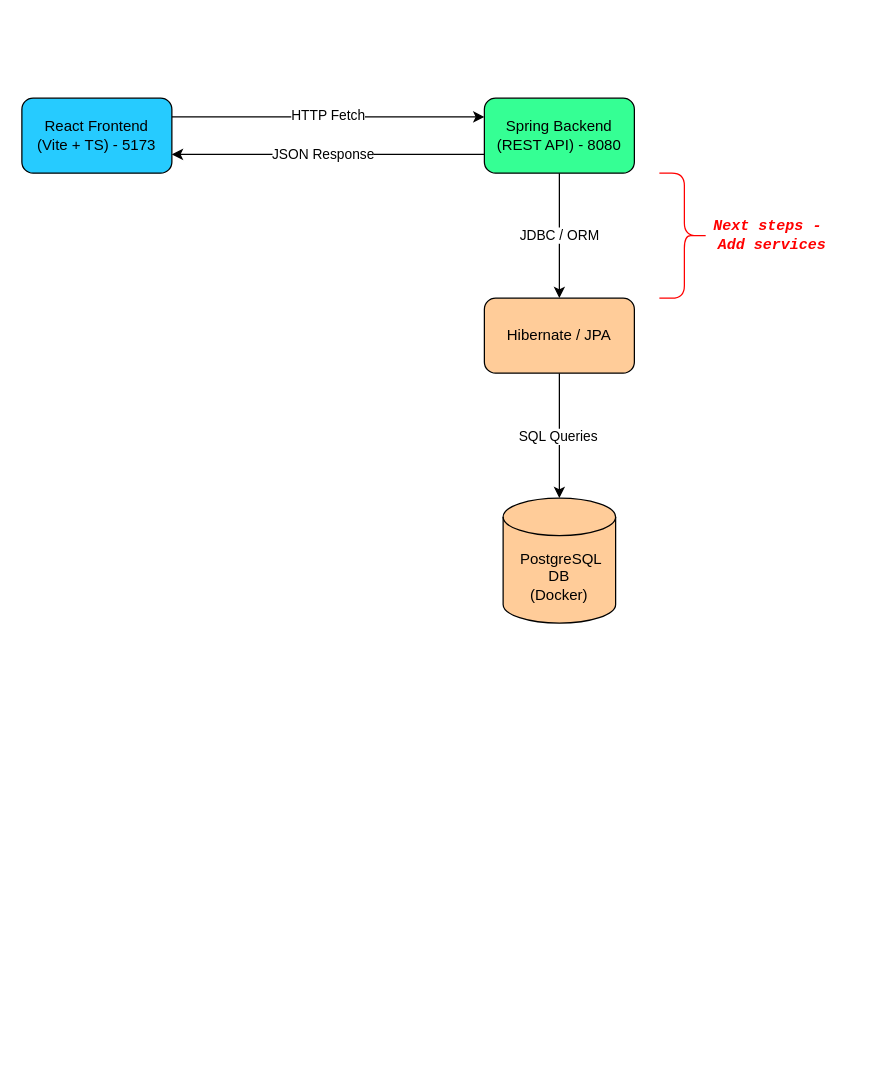
Earlier version of the draw.io diagram docs/architecture/architecture.drawio (ColtonRandall/banking-app). Source tidied: cells renumbered, new cells numbered last; positions are measured from the earlier drawing's top-left corner, leaving out a move shared by most shapes. Both pictures are drawn from the tidied source at 125%, with x=0, y=0 at pixel (21, 98).
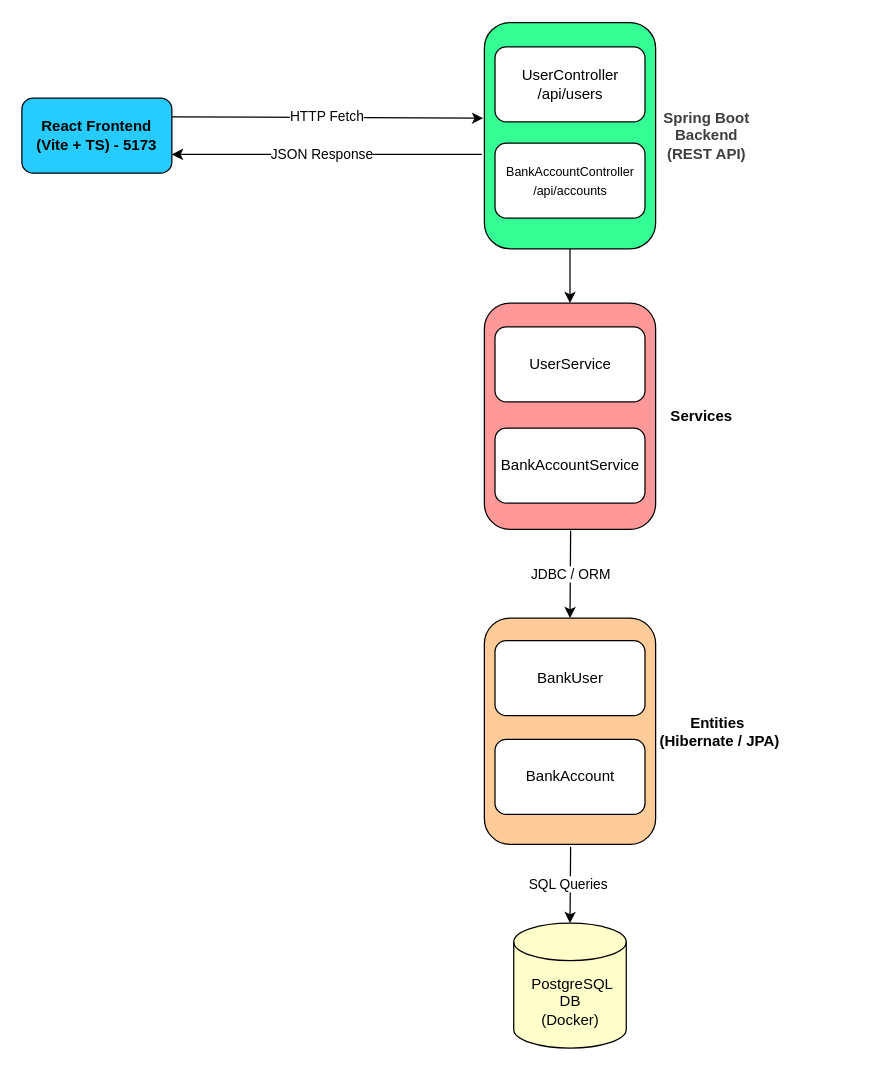
The same diagram, later.

Commit message (it also covers changes not shown here):
update architecture diagram and README

What changed in the source:
```diff
@@
-    <mxCell id="2" style="edgeStyle=none;html=1;exitX=1;exitY=0.25;exitDx=0;exitDy=0;entryX=0;entryY=0.25;entryDx=0;entryDy=0;" parent="1" edge="1" source="4" target="8">
+    <mxCell id="2" style="edgeStyle=none;html=1;exitX=1;exitY=0.25;exitDx=0;exitDy=0;entryX=-0.007;entryY=0.423;entryDx=0;entryDy=0;entryPerimeter=0;" parent="1" edge="1" source="4" target="8">
       <mxGeometry relative="1" as="geometry" />
     </mxCell>
@@
-    <mxCell id="4" value="React Frontend&lt;div&gt;(Vite + TS) - 5173&lt;/div&gt;" style="rounded=1;whiteSpace=wrap;html=1;fillColor=#26CBFF;" parent="1" vertex="1">
+    <mxCell id="4" value="React Frontend&lt;div&gt;(Vite + TS) - 5173&lt;/div&gt;" style="rounded=1;whiteSpace=wrap;html=1;fillColor=#26CBFF;fontStyle=1;" parent="1" vertex="1">
       <mxGeometry width="120" height="60" as="geometry" />
     </mxCell>
-    <mxCell id="5" style="edgeStyle=none;html=1;exitX=0;exitY=0.75;exitDx=0;exitDy=0;entryX=1;entryY=0.75;entryDx=0;entryDy=0;" parent="1" edge="1" source="8" target="4">
-      <mxGeometry relative="1" as="geometry" />
+    <mxCell id="5" style="edgeStyle=none;html=1;entryX=1;entryY=0.75;entryDx=0;entryDy=0;" parent="1" edge="1" target="4">
+      <mxGeometry relative="1" as="geometry">
+        <mxPoint x="368" y="45" as="sourcePoint" />
+      </mxGeometry>
     </mxCell>
@@
-    <mxCell id="7" value="JDBC / ORM" style="edgeStyle=none;html=1;exitX=0.5;exitY=1;exitDx=0;exitDy=0;entryX=0.5;entryY=0;entryDx=0;entryDy=0;" parent="1" edge="1" source="8" target="14">
-      <mxGeometry relative="1" as="geometry" />
+    <mxCell id="7" value="JDBC / ORM" style="edgeStyle=none;html=1;entryX=0.5;entryY=0;entryDx=0;entryDy=0;" parent="1" edge="1" target="24">
+      <mxGeometry x="0.01" relative="1" as="geometry">
+        <mxPoint x="439" y="346" as="sourcePoint" />
+      </mxGeometry>
     </mxCell>
+    <mxCell id="15" style="edgeStyle=none;html=1;exitX=0.5;exitY=1;exitDx=0;exitDy=0;entryX=0.5;entryY=0;entryDx=0;entryDy=0;" parent="1" edge="1" source="8" target="19">
+      <mxGeometry relative="1" as="geometry" />
+    </mxCell>
-    <mxCell id="8" value="Spring Backend&lt;div&gt;(REST API) - 8080&lt;/div&gt;" style="rounded=1;whiteSpace=wrap;html=1;fillColor=#35FF94;" parent="1" vertex="1">
-      <mxGeometry x="370" width="120" height="60" as="geometry" />
+    <mxCell id="8" style="rounded=1;whiteSpace=wrap;html=1;fillColor=#35FF94;" parent="1" vertex="1">
+      <mxGeometry x="370" y="-60.5" width="137" height="181" as="geometry" />
     </mxCell>
-    <mxCell id="9" value="&amp;nbsp;PostgreSQL &lt;br&gt;DB&lt;br&gt;(Docker)" style="shape=cylinder3;whiteSpace=wrap;html=1;boundedLbl=1;backgroundOutline=1;size=15;fillColor=#FFCC99;" parent="1" vertex="1">
-      <mxGeometry x="385" y="320" width="90" height="100" as="geometry" />
+    <mxCell id="9" value="&amp;nbsp;PostgreSQL &lt;br&gt;DB&lt;br&gt;(Docker)" style="shape=cylinder3;whiteSpace=wrap;html=1;boundedLbl=1;backgroundOutline=1;size=15;fillColor=#FFFFCC;" parent="1" vertex="1">
+      <mxGeometry x="393.5" y="660" width="90" height="100" as="geometry" />
     </mxCell>
-    <mxCell id="10" style="shape=curlyBracket;whiteSpace=wrap;html=1;rounded=1;flipH=1;labelPosition=right;verticalLabelPosition=middle;align=left;verticalAlign=middle;strokeColor=#FF0000;" parent="1" vertex="1">
-      <mxGeometry x="510" y="60" width="40" height="100" as="geometry" />
-    </mxCell>
-    <mxCell id="11" value="&lt;pre&gt;&lt;b&gt;&lt;i&gt;&lt;font color=&quot;#ff0000&quot;&gt;Next steps - &lt;br/&gt;Add services&lt;/font&gt;&lt;/i&gt;&lt;/b&gt;&lt;/pre&gt;" style="text;html=1;align=center;verticalAlign=middle;strokeColor=none;fillColor=none;" parent="1" vertex="1">
-      <mxGeometry x="540" y="75" width="120" height="70" as="geometry" />
-    </mxCell>
-    <mxCell id="12" style="edgeStyle=none;html=1;exitX=0.5;exitY=1;exitDx=0;exitDy=0;entryX=0.5;entryY=0;entryDx=0;entryDy=0;entryPerimeter=0;" parent="1" edge="1" source="14" target="9">
-      <mxGeometry relative="1" as="geometry" />
+    <mxCell id="12" style="edgeStyle=none;html=1;entryX=0.5;entryY=0;entryDx=0;entryDy=0;entryPerimeter=0;" parent="1" edge="1" target="9">
+      <mxGeometry relative="1" as="geometry">
+        <mxPoint x="439" y="599" as="sourcePoint" />
+      </mxGeometry>
     </mxCell>
@@
-    <mxCell id="14" value="Hibernate / JPA" style="rounded=1;whiteSpace=wrap;html=1;fillColor=#FFCC99;" parent="1" vertex="1">
-      <mxGeometry x="370" y="160" width="120" height="60" as="geometry" />
-    </mxCell>
+    <mxCell id="16" value="&lt;span style=&quot;color: rgb(63, 63, 63); scrollbar-color: rgb(226, 226, 226) rgb(251, 251, 251);&quot;&gt;&lt;b style=&quot;&quot;&gt;Spring Boot&lt;br&gt;Backend&lt;/b&gt;&lt;/span&gt;&lt;div style=&quot;color: rgb(63, 63, 63); scrollbar-color: rgb(226, 226, 226) rgb(251, 251, 251);&quot;&gt;&lt;span style=&quot;color: rgb(63, 63, 63); scrollbar-color: rgb(226, 226, 226) rgb(251, 251, 251);&quot;&gt;&lt;b style=&quot;&quot;&gt;(REST API)&lt;/b&gt;&lt;/span&gt;&lt;/div&gt;" style="text;strokeColor=none;align=center;fillColor=none;html=1;verticalAlign=middle;whiteSpace=wrap;rounded=0;" parent="1" vertex="1">
+      <mxGeometry x="511" y="-7" width="74" height="74" as="geometry" />
+    </mxCell>
+    <mxCell id="17" value="UserController&lt;div&gt;/api/users&lt;/div&gt;" style="rounded=1;whiteSpace=wrap;html=1;" parent="1" vertex="1">
+      <mxGeometry x="378.5" y="-41" width="120" height="60" as="geometry" />
+    </mxCell>
+    <mxCell id="18" value="&lt;font style=&quot;font-size: 10px;&quot;&gt;BankAccountController&lt;/font&gt;&lt;div&gt;&lt;font style=&quot;font-size: 10px;&quot;&gt;/api/accounts&lt;/font&gt;&lt;/div&gt;" style="rounded=1;whiteSpace=wrap;html=1;" parent="1" vertex="1">
+      <mxGeometry x="378.5" y="36" width="120" height="60" as="geometry" />
+    </mxCell>
+    <mxCell id="19" style="rounded=1;whiteSpace=wrap;html=1;fillColor=#FF9999;" parent="1" vertex="1">
+      <mxGeometry x="370" y="164" width="137" height="181" as="geometry" />
+    </mxCell>
+    <mxCell id="20" value="&lt;b&gt;Services&lt;/b&gt;" style="text;strokeColor=none;align=center;fillColor=none;html=1;verticalAlign=middle;whiteSpace=wrap;rounded=0;" parent="1" vertex="1">
+      <mxGeometry x="507" y="217.5" width="74" height="74" as="geometry" />
+    </mxCell>
+    <mxCell id="21" value="&lt;font style=&quot;font-size: 12px;&quot;&gt;UserService&lt;/font&gt;" style="rounded=1;whiteSpace=wrap;html=1;" parent="1" vertex="1">
+      <mxGeometry x="378.5" y="183" width="120" height="60" as="geometry" />
+    </mxCell>
+    <mxCell id="22" value="&lt;font style=&quot;font-size: 12px;&quot;&gt;BankAccountService&lt;/font&gt;" style="rounded=1;whiteSpace=wrap;html=1;" parent="1" vertex="1">
+      <mxGeometry x="378.5" y="264" width="120" height="60" as="geometry" />
+    </mxCell>
+    <mxCell id="23" value="&lt;b&gt;Entities&amp;nbsp;&lt;/b&gt;&lt;div&gt;&lt;b&gt;(Hibernate / JPA)&lt;/b&gt;&lt;/div&gt;" style="text;strokeColor=none;align=center;fillColor=none;html=1;verticalAlign=middle;whiteSpace=wrap;rounded=0;" parent="1" vertex="1">
+      <mxGeometry x="507" y="469.5" width="103" height="74" as="geometry" />
+    </mxCell>
+    <mxCell id="24" style="rounded=1;whiteSpace=wrap;html=1;fillColor=#FFCC99;" parent="1" vertex="1">
+      <mxGeometry x="370" y="416" width="137" height="181" as="geometry" />
+    </mxCell>
+    <mxCell id="25" value="&lt;font style=&quot;font-size: 12px;&quot;&gt;BankUser&lt;/font&gt;" style="rounded=1;whiteSpace=wrap;html=1;" parent="1" vertex="1">
+      <mxGeometry x="378.5" y="434" width="120" height="60" as="geometry" />
+    </mxCell>
+    <mxCell id="26" value="&lt;font style=&quot;font-size: 12px;&quot;&gt;BankAccount&lt;/font&gt;" style="rounded=1;whiteSpace=wrap;html=1;" parent="1" vertex="1">
+      <mxGeometry x="378.5" y="513" width="120" height="60" as="geometry" />
+    </mxCell>
```
